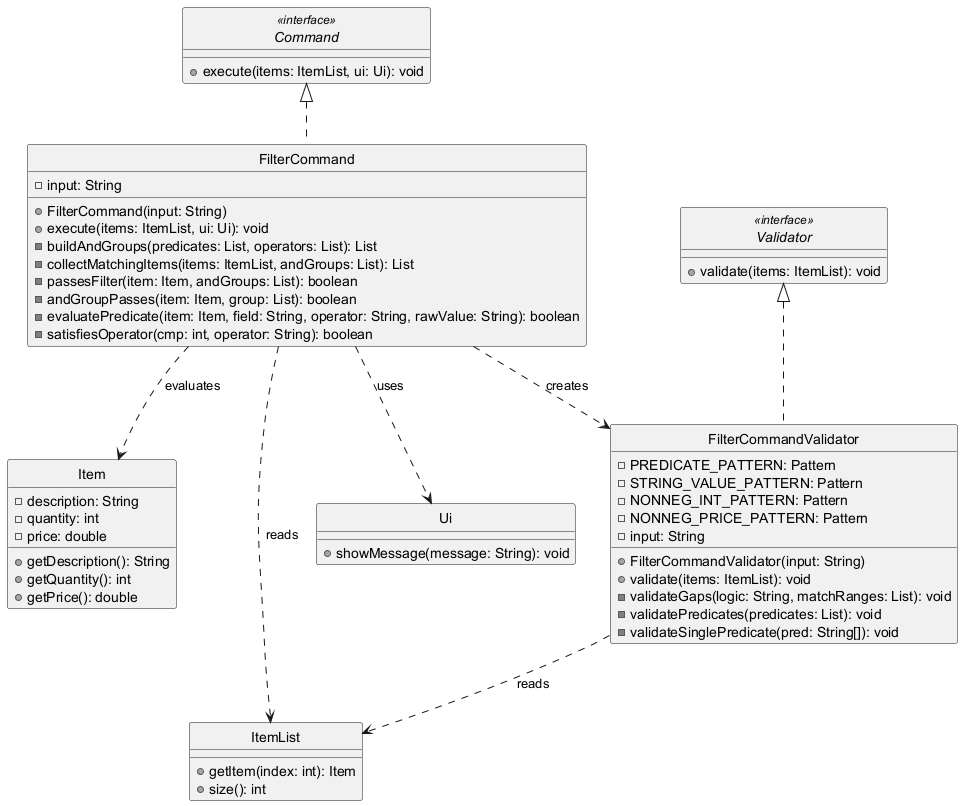
The PlantUML diagram docs/diagrams/FilterCommandClassDiagram.png in adbsw/tp, before a commit.
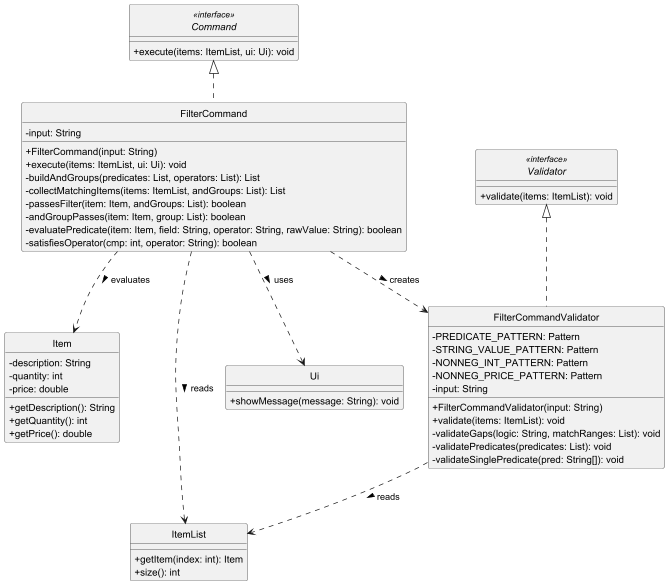
The same file after the commit.

Change to the diagram source:
```diff
@@ -1,6 +1,7 @@
 @startuml
 skinparam monochrome true
 skinparam shadowing false
+skinparam classAttributeIconSize 0
 hide circle
 
 interface Command <<interface>> {
@@ -57,10 +58,10 @@
 Command <|.. FilterCommand
 Validator <|.. FilterCommandValidator
 
-FilterCommand ..> FilterCommandValidator : creates
-FilterCommand ..> ItemList : reads
-FilterCommand ..> Item : evaluates
-FilterCommand ..> Ui : uses
-FilterCommandValidator ..> ItemList : reads
+FilterCommand ..> FilterCommandValidator : creates >
+FilterCommand ..> ItemList : reads >
+FilterCommand ..> Item : evaluates >
+FilterCommand ..> Ui : uses >
+FilterCommandValidator ..> ItemList : reads >
 
 @enduml
```
